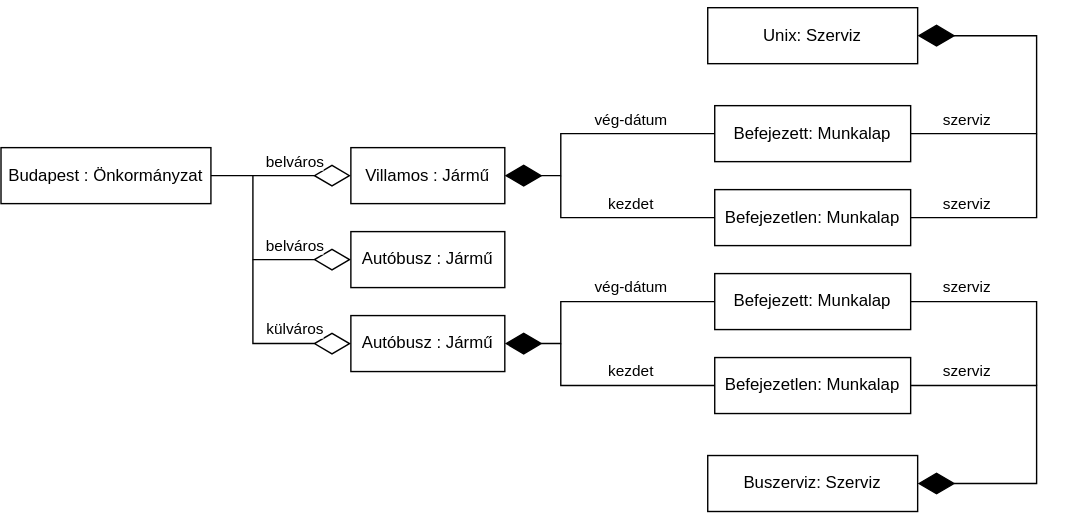
This is 2/oep/nagybeadando/terv/objektum_diagram.svg from sassvagyok/elte-ik, a draw.io export, as it was before one commit. Source tidied: cells renumbered, new cells last; positions are measured from the earlier drawing's top-left corner, leaving out a move shared by most shapes. The source it was exported from:
```xml
<mxGraphModel>
  <root>
    <mxCell id="0" />
    <mxCell id="1" parent="0" />
    <mxCell id="2" value="Budapest : Önkormányzat" style="rounded=0;whiteSpace=wrap;html=1;" parent="1" vertex="1">
      <mxGeometry y="100" width="150" height="40" as="geometry" />
    </mxCell>
    <mxCell id="3" style="endArrow=diamondThin;endFill=0;endSize=24;html=1;rounded=0;exitX=1;exitY=0.5;exitDx=0;exitDy=0;entryX=0;entryY=0.5;entryDx=0;entryDy=0;" parent="1" edge="1" source="2" target="5">
      <mxGeometry relative="1" as="geometry" />
    </mxCell>
    <mxCell id="4" value="belváros" style="edgeLabel;html=1;align=center;verticalAlign=middle;" parent="3" vertex="1">
      <mxGeometry x="0.04" y="1" relative="1" as="geometry">
        <mxPoint x="8" y="-9" as="offset" />
      </mxGeometry>
    </mxCell>
    <mxCell id="5" value="Villamos : Jármű" style="rounded=0;whiteSpace=wrap;html=1;" parent="1" vertex="1">
      <mxGeometry x="250" y="100" width="110" height="40" as="geometry" />
    </mxCell>
    <mxCell id="6" value="Autóbusz : Jármű" style="rounded=0;whiteSpace=wrap;html=1;" parent="1" vertex="1">
      <mxGeometry x="250" y="160" width="110" height="40" as="geometry" />
    </mxCell>
    <mxCell id="7" value="Autóbusz : Jármű" style="rounded=0;whiteSpace=wrap;html=1;" parent="1" vertex="1">
      <mxGeometry x="250" y="220" width="110" height="40" as="geometry" />
    </mxCell>
    <mxCell id="8" style="endArrow=diamondThin;endFill=0;endSize=24;html=1;rounded=0;entryX=0;entryY=0.5;entryDx=0;entryDy=0;" parent="1" edge="1" target="6">
      <mxGeometry relative="1" as="geometry">
        <mxPoint x="180" y="120" as="sourcePoint" />
        <Array as="points">
          <mxPoint x="180" y="180" />
        </Array>
      </mxGeometry>
    </mxCell>
    <mxCell id="9" value="belváros" style="edgeLabel;html=1;align=center;verticalAlign=middle;" parent="8" vertex="1">
      <mxGeometry x="0.16" y="-2" relative="1" as="geometry">
        <mxPoint x="14" y="-12" as="offset" />
      </mxGeometry>
    </mxCell>
    <mxCell id="10" style="endArrow=diamondThin;endFill=0;endSize=24;html=1;rounded=0;entryX=0;entryY=0.5;entryDx=0;entryDy=0;" parent="1" edge="1" target="7">
      <mxGeometry relative="1" as="geometry">
        <mxPoint x="180" y="180" as="sourcePoint" />
        <Array as="points">
          <mxPoint x="180" y="240" />
        </Array>
      </mxGeometry>
    </mxCell>
    <mxCell id="11" value="külváros" style="edgeLabel;html=1;align=center;verticalAlign=middle;" parent="10" vertex="1">
      <mxGeometry x="0.3" relative="1" as="geometry">
        <mxPoint x="5" y="-10" as="offset" />
      </mxGeometry>
    </mxCell>
    <mxCell id="12" value="Befejezett: Munkalap" style="rounded=0;whiteSpace=wrap;html=1;" parent="1" vertex="1">
      <mxGeometry x="510" y="70" width="140" height="40" as="geometry" />
    </mxCell>
    <mxCell id="13" value="Befejezett: Munkalap" style="rounded=0;whiteSpace=wrap;html=1;" parent="1" vertex="1">
      <mxGeometry x="510" y="190" width="140" height="40" as="geometry" />
    </mxCell>
    <mxCell id="14" value="Befejezetlen: Munkalap" style="rounded=0;whiteSpace=wrap;html=1;" parent="1" vertex="1">
      <mxGeometry x="510" y="130" width="140" height="40" as="geometry" />
    </mxCell>
    <mxCell id="15" value="Befejezetlen: Munkalap" style="rounded=0;whiteSpace=wrap;html=1;" parent="1" vertex="1">
      <mxGeometry x="510" y="250" width="140" height="40" as="geometry" />
    </mxCell>
    <mxCell id="16" style="endArrow=diamondThin;endFill=1;endSize=24;html=1;rounded=0;entryX=1;entryY=0.5;entryDx=0;entryDy=0;exitX=0;exitY=0.5;exitDx=0;exitDy=0;" parent="1" edge="1" source="12" target="5">
      <mxGeometry relative="1" as="geometry">
        <Array as="points">
          <mxPoint x="400" y="90" />
          <mxPoint x="400" y="120" />
        </Array>
      </mxGeometry>
    </mxCell>
    <mxCell id="17" value="vég-dátum" style="edgeLabel;html=1;align=center;verticalAlign=middle;" parent="16" vertex="1">
      <mxGeometry x="-0.29" y="-1" relative="1" as="geometry">
        <mxPoint x="4" y="-9" as="offset" />
      </mxGeometry>
    </mxCell>
    <mxCell id="18" style="endArrow=none;html=1;rounded=0;entryX=0;entryY=0.5;entryDx=0;entryDy=0;" parent="1" edge="1" target="14">
      <mxGeometry relative="1" as="geometry">
        <mxPoint x="400" y="120" as="sourcePoint" />
        <Array as="points">
          <mxPoint x="400" y="150" />
        </Array>
      </mxGeometry>
    </mxCell>
    <mxCell id="19" style="endArrow=diamondThin;endFill=1;endSize=24;html=1;rounded=0;exitX=0;exitY=0.5;exitDx=0;exitDy=0;entryX=1;entryY=0.5;entryDx=0;entryDy=0;" parent="1" edge="1" source="13" target="7">
      <mxGeometry relative="1" as="geometry">
        <Array as="points">
          <mxPoint x="400" y="210" />
          <mxPoint x="400" y="240" />
        </Array>
      </mxGeometry>
    </mxCell>
    <mxCell id="20" style="endArrow=none;html=1;rounded=0;entryX=0;entryY=0.5;entryDx=0;entryDy=0;" parent="1" edge="1" target="15">
      <mxGeometry relative="1" as="geometry">
        <mxPoint x="400" y="240" as="sourcePoint" />
        <Array as="points">
          <mxPoint x="400" y="270" />
        </Array>
      </mxGeometry>
    </mxCell>
    <mxCell id="21" value="vég-dátum" style="edgeLabel;html=1;align=center;verticalAlign=middle;" parent="1" vertex="1">
      <mxGeometry x="450" y="200" as="geometry" />
    </mxCell>
    <mxCell id="22" value="kezdet" style="edgeLabel;html=1;align=center;verticalAlign=middle;" parent="1" vertex="1">
      <mxGeometry x="450" y="140" as="geometry" />
    </mxCell>
    <mxCell id="23" value="kezdet" style="edgeLabel;html=1;align=center;verticalAlign=middle;" parent="1" vertex="1">
      <mxGeometry x="450" y="260" as="geometry" />
    </mxCell>
    <mxCell id="24" value="Unix: Szerviz" style="rounded=0;whiteSpace=wrap;html=1;" parent="1" vertex="1">
      <mxGeometry x="505" width="150" height="40" as="geometry" />
    </mxCell>
    <mxCell id="25" style="endArrow=diamondThin;endFill=1;endSize=24;html=1;rounded=0;exitX=1;exitY=0.5;exitDx=0;exitDy=0;entryX=1;entryY=0.5;entryDx=0;entryDy=0;" parent="1" edge="1" source="12" target="24">
      <mxGeometry relative="1" as="geometry">
        <Array as="points">
          <mxPoint x="740" y="90" />
          <mxPoint x="740" y="20" />
        </Array>
      </mxGeometry>
    </mxCell>
    <mxCell id="26" style="endArrow=none;html=1;rounded=0;exitX=1;exitY=0.5;exitDx=0;exitDy=0;" parent="1" edge="1" source="14">
      <mxGeometry relative="1" as="geometry">
        <mxPoint x="740" y="90" as="targetPoint" />
        <Array as="points">
          <mxPoint x="740" y="150" />
        </Array>
      </mxGeometry>
    </mxCell>
    <mxCell id="27" value="Buszerviz: Szerviz" style="rounded=0;whiteSpace=wrap;html=1;" parent="1" vertex="1">
      <mxGeometry x="505" y="320" width="150" height="40" as="geometry" />
    </mxCell>
    <mxCell id="28" style="endArrow=diamondThin;endFill=1;endSize=24;html=1;rounded=0;entryX=1;entryY=0.5;entryDx=0;entryDy=0;exitX=1;exitY=0.5;exitDx=0;exitDy=0;" parent="1" edge="1" source="15" target="27">
      <mxGeometry relative="1" as="geometry">
        <Array as="points">
          <mxPoint x="740" y="270" />
          <mxPoint x="740" y="340" />
        </Array>
      </mxGeometry>
    </mxCell>
    <mxCell id="29" style="endArrow=none;html=1;rounded=0;exitX=1;exitY=0.5;exitDx=0;exitDy=0;" parent="1" edge="1">
      <mxGeometry relative="1" as="geometry">
        <mxPoint x="650" y="210" as="sourcePoint" />
        <mxPoint x="740" y="270" as="targetPoint" />
        <Array as="points">
          <mxPoint x="740" y="210" />
        </Array>
      </mxGeometry>
    </mxCell>
    <mxCell id="30" value="szerviz" style="edgeLabel;html=1;align=center;verticalAlign=middle;" parent="1" vertex="1">
      <mxGeometry x="690" y="200" as="geometry" />
    </mxCell>
    <mxCell id="31" value="szerviz" style="edgeLabel;html=1;align=center;verticalAlign=middle;" parent="1" vertex="1">
      <mxGeometry x="690" y="260" as="geometry" />
    </mxCell>
    <mxCell id="32" value="szerviz" style="edgeLabel;html=1;align=center;verticalAlign=middle;" parent="1" vertex="1">
      <mxGeometry x="690" y="140" as="geometry" />
    </mxCell>
    <mxCell id="33" value="szerviz" style="edgeLabel;html=1;align=center;verticalAlign=middle;" parent="1" vertex="1">
      <mxGeometry x="690" y="80" as="geometry" />
    </mxCell>
  </root>
</mxGraphModel>
```
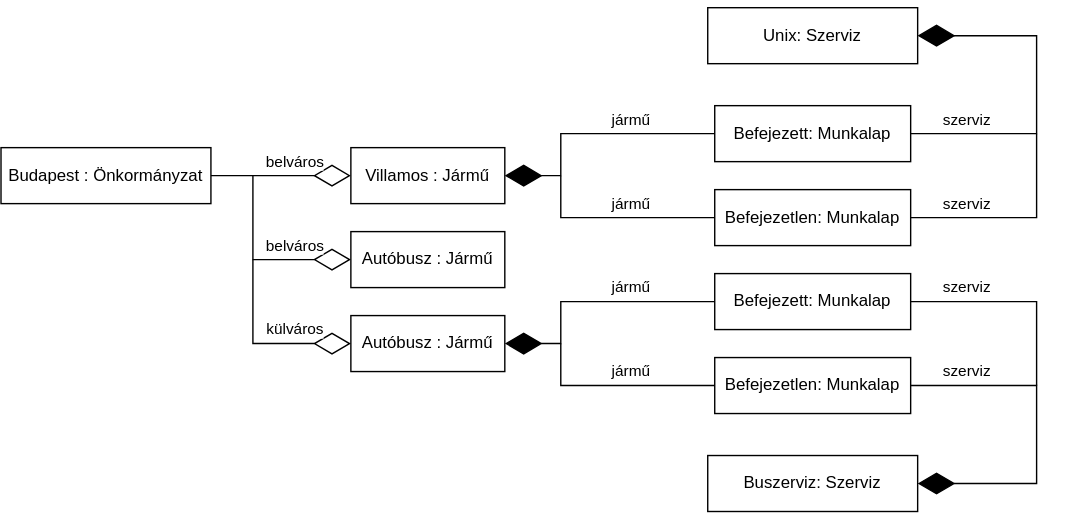
The same diagram one commit later.

What changed in the source:
```diff
@@ -68,7 +68,7 @@
         </Array>
       </mxGeometry>
     </mxCell>
-    <mxCell id="17" value="vég-dátum" style="edgeLabel;html=1;align=center;verticalAlign=middle;" parent="16" vertex="1">
+    <mxCell id="17" value="jármű" style="edgeLabel;html=1;align=center;verticalAlign=middle;" parent="16" vertex="1">
       <mxGeometry x="-0.29" y="-1" relative="1" as="geometry">
         <mxPoint x="4" y="-9" as="offset" />
       </mxGeometry>
@@ -97,13 +97,13 @@
         </Array>
       </mxGeometry>
     </mxCell>
-    <mxCell id="21" value="vég-dátum" style="edgeLabel;html=1;align=center;verticalAlign=middle;" parent="1" vertex="1">
+    <mxCell id="21" value="jármű" style="edgeLabel;html=1;align=center;verticalAlign=middle;" parent="1" vertex="1">
       <mxGeometry x="450" y="200" as="geometry" />
     </mxCell>
-    <mxCell id="22" value="kezdet" style="edgeLabel;html=1;align=center;verticalAlign=middle;" parent="1" vertex="1">
+    <mxCell id="22" value="jármű" style="edgeLabel;html=1;align=center;verticalAlign=middle;" parent="1" vertex="1">
       <mxGeometry x="450" y="140" as="geometry" />
     </mxCell>
-    <mxCell id="23" value="kezdet" style="edgeLabel;html=1;align=center;verticalAlign=middle;" parent="1" vertex="1">
+    <mxCell id="23" value="jármű" style="edgeLabel;html=1;align=center;verticalAlign=middle;" parent="1" vertex="1">
       <mxGeometry x="450" y="260" as="geometry" />
     </mxCell>
     <mxCell id="24" value="Unix: Szerviz" style="rounded=0;whiteSpace=wrap;html=1;" parent="1" vertex="1">
```
